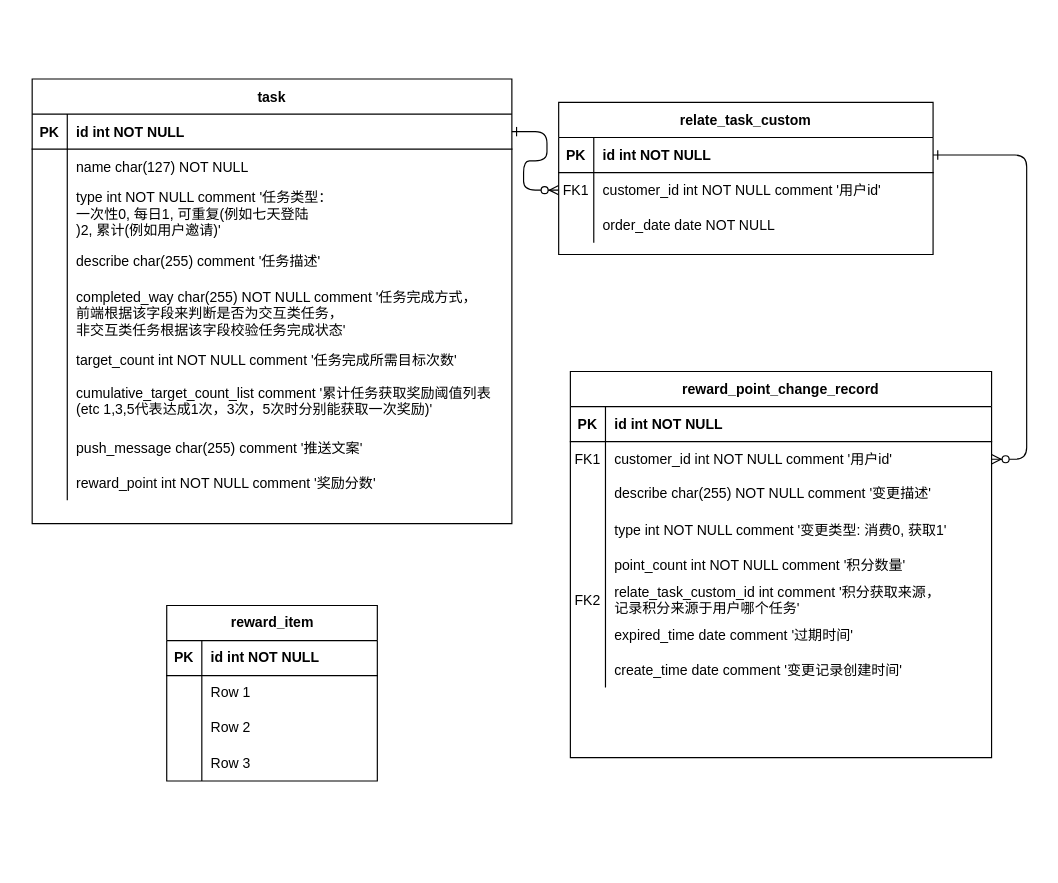
This is 未命名绘图.drawio from wangzuo2023/testCI, a draw.io file, before an edit. Source tidied: cells renumbered, new cells numbered last; positions are measured from the earlier drawing's top-left corner, leaving out a move shared by most shapes. Both pictures are drawn from the tidied source at 117%, with x=0, y=0 at pixel (32, 78).
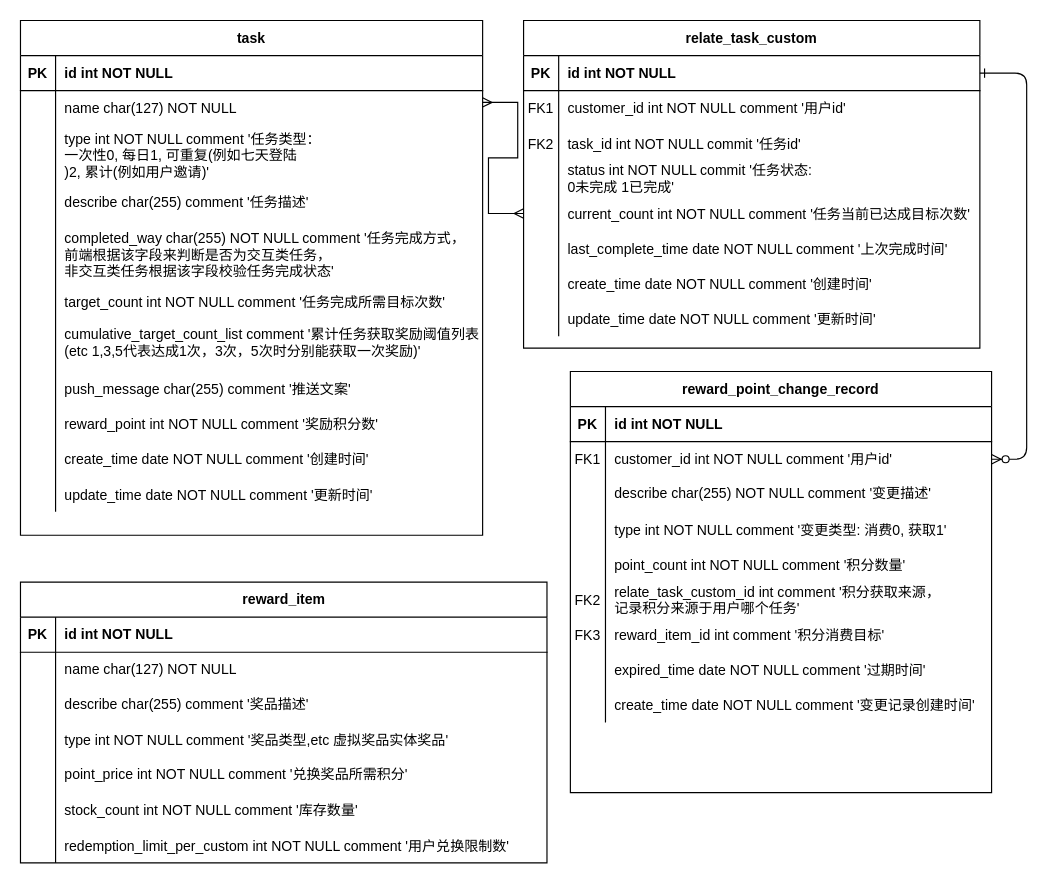
After the change.

Commit message:
积分任务系统ER图.drawio

The edit, as a diff of the source:
```diff
@@
-    <mxCell id="2" style="edgeStyle=entityRelationEdgeStyle;endArrow=ERzeroToMany;startArrow=ERone;endFill=1;startFill=0;" parent="1" edge="1" source="40" target="8">
-      <mxGeometry relative="1" as="geometry" />
-    </mxCell>
@@
     <mxCell id="4" value="relate_task_custom" style="shape=table;startSize=30;childLayout=tableLayout;rowLines=0;fontStyle=1;align=center;" parent="1" vertex="1">
-      <mxGeometry x="450" y="20" width="320" height="130" as="geometry" />
+      <mxGeometry x="420" y="-50" width="390" height="280" as="geometry" />
     </mxCell>
     <mxCell id="5" style="shape=partialRectangle;fillColor=none;points=[[0,0.5],[1,0.5]];portConstraint=eastwest;top=0;left=0;right=0;bottom=1;" parent="4" vertex="1">
-      <mxGeometry y="30" width="320" height="30" as="geometry" />
+      <mxGeometry y="30" width="390" height="30" as="geometry" />
     </mxCell>
@@
     <mxCell id="7" value="id int NOT NULL " style="shape=partialRectangle;overflow=hidden;fillColor=none;top=0;left=0;bottom=0;right=0;align=left;spacingLeft=6;fontStyle=1;" parent="5" vertex="1">
-      <mxGeometry x="30" width="290" height="30" as="geometry" />
+      <mxGeometry x="30" width="360" height="30" as="geometry" />
     </mxCell>
     <mxCell id="8" style="shape=partialRectangle;fillColor=none;points=[[0,0.5],[1,0.5]];portConstraint=eastwest;top=0;left=0;right=0;bottom=0;" parent="4" vertex="1">
-      <mxGeometry y="60" width="320" height="30" as="geometry" />
+      <mxGeometry y="60" width="390" height="30" as="geometry" />
     </mxCell>
@@
     <mxCell id="10" value="customer_id int NOT NULL comment '用户id'" style="shape=partialRectangle;overflow=hidden;fillColor=none;top=0;left=0;bottom=0;right=0;align=left;spacingLeft=6;" parent="8" vertex="1">
-      <mxGeometry x="30" width="290" height="30" as="geometry" />
+      <mxGeometry x="30" width="360" height="30" as="geometry" />
     </mxCell>
     <mxCell id="11" style="shape=partialRectangle;fillColor=none;top=0;left=0;right=0;bottom=0;" parent="4" vertex="1">
-      <mxGeometry y="90" width="320" height="30" as="geometry" />
+      <mxGeometry y="90" width="390" height="30" as="geometry" />
     </mxCell>
-    <mxCell id="12" style="shape=partialRectangle;overflow=hidden;fillColor=none;top=0;left=0;bottom=0;right=0;" parent="11" vertex="1">
+    <mxCell id="12" value="FK2" style="shape=partialRectangle;overflow=hidden;fillColor=none;top=0;left=0;bottom=0;right=0;" parent="11" vertex="1">
       <mxGeometry width="30" height="30" as="geometry" />
     </mxCell>
-    <mxCell id="13" value="order_date date NOT NULL" style="shape=partialRectangle;overflow=hidden;fillColor=none;top=0;left=0;bottom=0;right=0;align=left;spacingLeft=6;" parent="11" vertex="1">
-      <mxGeometry x="30" width="290" height="30" as="geometry" />
+    <mxCell id="13" value="task_id int NOT NULL commit '任务id'" style="shape=partialRectangle;overflow=hidden;fillColor=none;top=0;left=0;bottom=0;right=0;align=left;spacingLeft=6;" parent="11" vertex="1">
+      <mxGeometry x="30" width="360" height="30" as="geometry" />
     </mxCell>
+    <mxCell id="80" style="shape=tableRow;horizontal=0;startSize=0;swimlaneHead=0;swimlaneBody=0;fillColor=none;top=0;left=0;right=0;bottom=0;" parent="4" vertex="1">
+      <mxGeometry y="120" width="390" height="30" as="geometry" />
+    </mxCell>
+    <mxCell id="81" style="shape=partialRectangle;fillColor=none;top=0;left=0;bottom=0;right=0;overflow=hidden;" parent="80" vertex="1">
+      <mxGeometry width="30" height="30" as="geometry" />
+    </mxCell>
+    <mxCell id="82" value="status int NOT NULL commit '任务状态: &#10;0未完成 1已完成'" style="shape=partialRectangle;fillColor=none;top=0;left=0;bottom=0;right=0;align=left;spacingLeft=6;overflow=hidden;" parent="80" vertex="1">
+      <mxGeometry x="30" width="360" height="30" as="geometry" />
+    </mxCell>
+    <mxCell id="83" style="shape=tableRow;horizontal=0;startSize=0;swimlaneHead=0;swimlaneBody=0;fillColor=none;points=[[0,0.5],[1,0.5]];portConstraint=eastwest;top=0;left=0;right=0;bottom=0;" parent="4" vertex="1">
+      <mxGeometry y="150" width="390" height="30" as="geometry" />
+    </mxCell>
+    <mxCell id="84" style="shape=partialRectangle;fillColor=none;top=0;left=0;bottom=0;right=0;overflow=hidden;" parent="83" vertex="1">
+      <mxGeometry width="30" height="30" as="geometry" />
+    </mxCell>
+    <mxCell id="85" value="current_count int NOT NULL comment '任务当前已达成目标次数'" style="shape=partialRectangle;fillColor=none;top=0;left=0;bottom=0;right=0;align=left;spacingLeft=6;overflow=hidden;" parent="83" vertex="1">
+      <mxGeometry x="30" width="360" height="30" as="geometry" />
+    </mxCell>
+    <mxCell id="86" style="shape=tableRow;horizontal=0;startSize=0;swimlaneHead=0;swimlaneBody=0;fillColor=none;top=0;left=0;right=0;bottom=0;" parent="4" vertex="1">
+      <mxGeometry y="180" width="390" height="30" as="geometry" />
+    </mxCell>
+    <mxCell id="87" style="shape=partialRectangle;fillColor=none;top=0;left=0;bottom=0;right=0;overflow=hidden;" parent="86" vertex="1">
+      <mxGeometry width="30" height="30" as="geometry" />
+    </mxCell>
+    <mxCell id="88" value="last_complete_time date NOT NULL comment '上次完成时间'" style="shape=partialRectangle;fillColor=none;top=0;left=0;bottom=0;right=0;align=left;spacingLeft=6;overflow=hidden;" parent="86" vertex="1">
+      <mxGeometry x="30" width="360" height="30" as="geometry" />
+    </mxCell>
+    <mxCell id="89" style="shape=tableRow;horizontal=0;startSize=0;swimlaneHead=0;swimlaneBody=0;fillColor=none;top=0;left=0;right=0;bottom=0;" parent="4" vertex="1">
+      <mxGeometry y="210" width="390" height="30" as="geometry" />
+    </mxCell>
+    <mxCell id="90" style="shape=partialRectangle;fillColor=none;top=0;left=0;bottom=0;right=0;overflow=hidden;" parent="89" vertex="1">
+      <mxGeometry width="30" height="30" as="geometry" />
+    </mxCell>
+    <mxCell id="91" value="create_time date NOT NULL comment '创建时间'" style="shape=partialRectangle;fillColor=none;top=0;left=0;bottom=0;right=0;align=left;spacingLeft=6;overflow=hidden;" parent="89" vertex="1">
+      <mxGeometry x="30" width="360" height="30" as="geometry" />
+    </mxCell>
+    <mxCell id="92" style="shape=tableRow;horizontal=0;startSize=0;swimlaneHead=0;swimlaneBody=0;fillColor=none;top=0;left=0;right=0;bottom=0;" parent="4" vertex="1">
+      <mxGeometry y="240" width="390" height="30" as="geometry" />
+    </mxCell>
+    <mxCell id="93" style="shape=partialRectangle;fillColor=none;top=0;left=0;bottom=0;right=0;overflow=hidden;" parent="92" vertex="1">
+      <mxGeometry width="30" height="30" as="geometry" />
+    </mxCell>
+    <mxCell id="94" value="update_time date NOT NULL comment '更新时间'" style="shape=partialRectangle;fillColor=none;top=0;left=0;bottom=0;right=0;align=left;spacingLeft=6;overflow=hidden;" parent="92" vertex="1">
+      <mxGeometry x="30" width="360" height="30" as="geometry" />
+    </mxCell>
     <mxCell id="14" value="reward_point_change_record" style="shape=table;startSize=30;childLayout=tableLayout;rowLines=0;fontStyle=1;align=center;" parent="1" vertex="1">
-      <mxGeometry x="460" y="250" width="360" height="330" as="geometry" />
+      <mxGeometry x="460" y="250" width="360" height="360" as="geometry" />
     </mxCell>
@@
+    <mxCell id="95" style="shape=tableRow;horizontal=0;startSize=0;swimlaneHead=0;swimlaneBody=0;fillColor=none;top=0;left=0;right=0;bottom=0;" parent="14" vertex="1">
+      <mxGeometry y="210" width="360" height="30" as="geometry" />
+    </mxCell>
+    <mxCell id="96" value="FK3" style="shape=partialRectangle;fillColor=none;top=0;left=0;bottom=0;right=0;overflow=hidden;" parent="95" vertex="1">
+      <mxGeometry width="30" height="30" as="geometry" />
+    </mxCell>
+    <mxCell id="97" value="reward_item_id int comment '积分消费目标'" style="shape=partialRectangle;fillColor=none;top=0;left=0;bottom=0;right=0;align=left;spacingLeft=6;overflow=hidden;" parent="95" vertex="1">
+      <mxGeometry x="30" width="330" height="30" as="geometry" />
+    </mxCell>
     <mxCell id="33" style="shape=tableRow;horizontal=0;startSize=0;swimlaneHead=0;swimlaneBody=0;fillColor=none;top=0;left=0;right=0;bottom=0;" parent="14" vertex="1">
-      <mxGeometry y="210" width="360" height="30" as="geometry" />
+      <mxGeometry y="240" width="360" height="30" as="geometry" />
     </mxCell>
@@
-    <mxCell id="35" value="expired_time date comment '过期时间'" style="shape=partialRectangle;fillColor=none;top=0;left=0;bottom=0;right=0;align=left;spacingLeft=6;overflow=hidden;" parent="33" vertex="1">
+    <mxCell id="35" value="expired_time date NOT NULL comment '过期时间'" style="shape=partialRectangle;fillColor=none;top=0;left=0;bottom=0;right=0;align=left;spacingLeft=6;overflow=hidden;" parent="33" vertex="1">
       <mxGeometry x="30" width="330" height="30" as="geometry" />
     </mxCell>
     <mxCell id="36" style="shape=tableRow;horizontal=0;startSize=0;swimlaneHead=0;swimlaneBody=0;fillColor=none;top=0;left=0;right=0;bottom=0;" parent="14" vertex="1">
-      <mxGeometry y="240" width="360" height="30" as="geometry" />
+      <mxGeometry y="270" width="360" height="30" as="geometry" />
     </mxCell>
@@
-    <mxCell id="38" value="create_time date comment '变更记录创建时间'" style="shape=partialRectangle;fillColor=none;top=0;left=0;bottom=0;right=0;align=left;spacingLeft=6;overflow=hidden;" parent="36" vertex="1">
+    <mxCell id="38" value="create_time date NOT NULL comment '变更记录创建时间'" style="shape=partialRectangle;fillColor=none;top=0;left=0;bottom=0;right=0;align=left;spacingLeft=6;overflow=hidden;" parent="36" vertex="1">
       <mxGeometry x="30" width="330" height="30" as="geometry" />
     </mxCell>
     <mxCell id="39" value="task" style="shape=table;startSize=30;childLayout=tableLayout;rowLines=0;fontStyle=1;align=center;" parent="1" vertex="1">
-      <mxGeometry width="410" height="380" as="geometry" />
+      <mxGeometry x="-10" y="-50" width="395" height="440" as="geometry" />
     </mxCell>
     <mxCell id="40" style="shape=partialRectangle;fillColor=none;points=[[0,0.5],[1,0.5]];portConstraint=eastwest;top=0;left=0;right=0;bottom=1;" parent="39" vertex="1">
-      <mxGeometry y="30" width="410" height="30" as="geometry" />
+      <mxGeometry y="30" width="395" height="30" as="geometry" />
     </mxCell>
@@
     <mxCell id="42" value="id int NOT NULL " style="shape=partialRectangle;overflow=hidden;fillColor=none;top=0;left=0;bottom=0;right=0;align=left;spacingLeft=6;fontStyle=1;" parent="40" vertex="1">
-      <mxGeometry x="30" width="380" height="30" as="geometry" />
+      <mxGeometry x="30" width="365" height="30" as="geometry" />
     </mxCell>
     <mxCell id="43" style="shape=partialRectangle;fillColor=none;top=0;left=0;right=0;bottom=0;" parent="39" vertex="1">
-      <mxGeometry y="60" width="410" height="30" as="geometry" />
+      <mxGeometry y="60" width="395" height="30" as="geometry" />
     </mxCell>
@@
     <mxCell id="45" value="name char(127) NOT NULL" style="shape=partialRectangle;overflow=hidden;fillColor=none;top=0;left=0;bottom=0;right=0;align=left;spacingLeft=6;" parent="43" vertex="1">
-      <mxGeometry x="30" width="380" height="30" as="geometry" />
+      <mxGeometry x="30" width="365" height="30" as="geometry" />
     </mxCell>
     <mxCell id="46" style="shape=tableRow;horizontal=0;startSize=0;swimlaneHead=0;swimlaneBody=0;fillColor=none;top=0;left=0;right=0;bottom=0;" parent="39" vertex="1">
-      <mxGeometry y="90" width="410" height="50" as="geometry" />
+      <mxGeometry y="90" width="395" height="50" as="geometry" />
     </mxCell>
@@
     <mxCell id="48" value="type int NOT NULL comment '任务类型：&#10;一次性0, 每日1, 可重复(例如七天登陆&#10;)2, 累计(例如用户邀请)'" style="shape=partialRectangle;fillColor=none;top=0;left=0;bottom=0;right=0;align=left;spacingLeft=6;overflow=hidden;verticalAlign=middle;" parent="46" vertex="1">
-      <mxGeometry x="30" width="380" height="50" as="geometry" />
+      <mxGeometry x="30" width="365" height="50" as="geometry" />
     </mxCell>
     <mxCell id="49" style="shape=tableRow;horizontal=0;startSize=0;swimlaneHead=0;swimlaneBody=0;fillColor=none;top=0;left=0;right=0;bottom=0;" parent="39" vertex="1">
-      <mxGeometry y="140" width="410" height="30" as="geometry" />
+      <mxGeometry y="140" width="395" height="30" as="geometry" />
     </mxCell>
@@
     <mxCell id="51" value="describe char(255) comment '任务描述'" style="shape=partialRectangle;fillColor=none;top=0;left=0;bottom=0;right=0;align=left;spacingLeft=6;overflow=hidden;" parent="49" vertex="1">
-      <mxGeometry x="30" width="380" height="30" as="geometry" />
+      <mxGeometry x="30" width="365" height="30" as="geometry" />
     </mxCell>
     <mxCell id="52" style="shape=tableRow;horizontal=0;startSize=0;swimlaneHead=0;swimlaneBody=0;fillColor=none;top=0;left=0;right=0;bottom=0;" parent="39" vertex="1">
-      <mxGeometry y="170" width="410" height="60" as="geometry" />
+      <mxGeometry y="170" width="395" height="60" as="geometry" />
     </mxCell>
@@
     <mxCell id="54" value="completed_way char(255) NOT NULL comment '任务完成方式，&#10;前端根据该字段来判断是否为交互类任务，&#10;非交互类任务根据该字段校验任务完成状态'" style="shape=partialRectangle;fillColor=none;top=0;left=0;bottom=0;right=0;align=left;spacingLeft=6;overflow=hidden;" parent="52" vertex="1">
-      <mxGeometry x="30" width="380" height="60" as="geometry" />
+      <mxGeometry x="30" width="365" height="60" as="geometry" />
     </mxCell>
     <mxCell id="55" style="shape=tableRow;horizontal=0;startSize=0;swimlaneHead=0;swimlaneBody=0;fillColor=none;top=0;left=0;right=0;bottom=0;" parent="39" vertex="1">
-      <mxGeometry y="230" width="410" height="20" as="geometry" />
+      <mxGeometry y="230" width="395" height="20" as="geometry" />
     </mxCell>
@@
     <mxCell id="57" value="target_count int NOT NULL comment '任务完成所需目标次数'" style="shape=partialRectangle;fillColor=none;top=0;left=0;bottom=0;right=0;align=left;spacingLeft=6;overflow=hidden;" parent="55" vertex="1">
-      <mxGeometry x="30" width="380" height="20" as="geometry" />
+      <mxGeometry x="30" width="365" height="20" as="geometry" />
     </mxCell>
     <mxCell id="58" style="shape=tableRow;horizontal=0;startSize=0;swimlaneHead=0;swimlaneBody=0;fillColor=none;top=0;left=0;right=0;bottom=0;" parent="39" vertex="1">
-      <mxGeometry y="250" width="410" height="50" as="geometry" />
+      <mxGeometry y="250" width="395" height="50" as="geometry" />
     </mxCell>
@@
     <mxCell id="60" value="cumulative_target_count_list comment '累计任务获取奖励阈值列表&#10;(etc 1,3,5代表达成1次，3次，5次时分别能获取一次奖励)'" style="shape=partialRectangle;fillColor=none;top=0;left=0;bottom=0;right=0;align=left;spacingLeft=6;overflow=hidden;" parent="58" vertex="1">
-      <mxGeometry x="30" width="380" height="50" as="geometry" />
+      <mxGeometry x="30" width="365" height="50" as="geometry" />
     </mxCell>
     <mxCell id="61" style="shape=tableRow;horizontal=0;startSize=0;swimlaneHead=0;swimlaneBody=0;fillColor=none;top=0;left=0;right=0;bottom=0;" parent="39" vertex="1">
-      <mxGeometry y="300" width="410" height="30" as="geometry" />
+      <mxGeometry y="300" width="395" height="30" as="geometry" />
     </mxCell>
@@
     <mxCell id="63" value="push_message char(255) comment '推送文案'" style="shape=partialRectangle;fillColor=none;top=0;left=0;bottom=0;right=0;align=left;spacingLeft=6;overflow=hidden;" parent="61" vertex="1">
-      <mxGeometry x="30" width="380" height="30" as="geometry" />
+      <mxGeometry x="30" width="365" height="30" as="geometry" />
     </mxCell>
     <mxCell id="64" style="shape=tableRow;horizontal=0;startSize=0;swimlaneHead=0;swimlaneBody=0;fillColor=none;top=0;left=0;right=0;bottom=0;" parent="39" vertex="1">
-      <mxGeometry y="330" width="410" height="30" as="geometry" />
+      <mxGeometry y="330" width="395" height="30" as="geometry" />
     </mxCell>
@@
-    <mxCell id="66" value="reward_point int NOT NULL comment '奖励分数'" style="shape=partialRectangle;fillColor=none;top=0;left=0;bottom=0;right=0;align=left;spacingLeft=6;overflow=hidden;" parent="64" vertex="1">
-      <mxGeometry x="30" width="380" height="30" as="geometry" />
+    <mxCell id="66" value="reward_point int NOT NULL comment '奖励积分数'" style="shape=partialRectangle;fillColor=none;top=0;left=0;bottom=0;right=0;align=left;spacingLeft=6;overflow=hidden;" parent="64" vertex="1">
+      <mxGeometry x="30" width="365" height="30" as="geometry" />
     </mxCell>
+    <mxCell id="98" style="shape=tableRow;horizontal=0;startSize=0;swimlaneHead=0;swimlaneBody=0;fillColor=none;top=0;left=0;right=0;bottom=0;" parent="39" vertex="1">
+      <mxGeometry y="360" width="395" height="30" as="geometry" />
+    </mxCell>
+    <mxCell id="99" style="shape=partialRectangle;fillColor=none;top=0;left=0;bottom=0;right=0;overflow=hidden;" parent="98" vertex="1">
+      <mxGeometry width="30" height="30" as="geometry" />
+    </mxCell>
+    <mxCell id="100" value="create_time date NOT NULL comment '创建时间'" style="shape=partialRectangle;fillColor=none;top=0;left=0;bottom=0;right=0;align=left;spacingLeft=6;overflow=hidden;" parent="98" vertex="1">
+      <mxGeometry x="30" width="365" height="30" as="geometry" />
+    </mxCell>
+    <mxCell id="101" style="shape=tableRow;horizontal=0;startSize=0;swimlaneHead=0;swimlaneBody=0;fillColor=none;top=0;left=0;right=0;bottom=0;" parent="39" vertex="1">
+      <mxGeometry y="390" width="395" height="30" as="geometry" />
+    </mxCell>
+    <mxCell id="102" style="shape=partialRectangle;fillColor=none;top=0;left=0;bottom=0;right=0;overflow=hidden;" parent="101" vertex="1">
+      <mxGeometry width="30" height="30" as="geometry" />
+    </mxCell>
+    <mxCell id="103" value="update_time date NOT NULL comment '更新时间'" style="shape=partialRectangle;fillColor=none;top=0;left=0;bottom=0;right=0;align=left;spacingLeft=6;overflow=hidden;" parent="101" vertex="1">
+      <mxGeometry x="30" width="365" height="30" as="geometry" />
+    </mxCell>
     <mxCell id="67" value="reward_item" style="shape=table;startSize=30;childLayout=tableLayout;rowLines=0;fontStyle=1;align=center;html=1;strokeColor=default;" parent="1" vertex="1">
-      <mxGeometry x="115" y="450" width="180" height="150" as="geometry" />
+      <mxGeometry x="-10" y="430" width="450" height="240" as="geometry" />
     </mxCell>
     <mxCell id="68" style="shape=tableRow;horizontal=0;startSize=0;swimlaneHead=0;swimlaneBody=0;fillColor=none;top=0;left=0;right=0;bottom=1;" parent="67" vertex="1">
-      <mxGeometry y="30" width="180" height="30" as="geometry" />
+      <mxGeometry y="30" width="450" height="30" as="geometry" />
     </mxCell>
@@
     <mxCell id="70" value="id int NOT NULL" style="shape=partialRectangle;fillColor=none;top=0;left=0;bottom=0;right=0;align=left;spacingLeft=6;fontStyle=1;overflow=hidden;whiteSpace=wrap;html=1;" parent="68" vertex="1">
-      <mxGeometry x="30" width="150" height="30" as="geometry" />
+      <mxGeometry x="30" width="420" height="30" as="geometry" />
     </mxCell>
     <mxCell id="71" style="shape=tableRow;horizontal=0;startSize=0;swimlaneHead=0;swimlaneBody=0;fillColor=none;top=0;left=0;right=0;bottom=0;" parent="67" vertex="1">
-      <mxGeometry y="60" width="180" height="30" as="geometry" />
+      <mxGeometry y="60" width="450" height="30" as="geometry" />
     </mxCell>
@@
-    <mxCell id="73" value="Row 1" style="shape=partialRectangle;fillColor=none;top=0;left=0;bottom=0;right=0;align=left;spacingLeft=6;overflow=hidden;whiteSpace=wrap;html=1;" parent="71" vertex="1">
-      <mxGeometry x="30" width="150" height="30" as="geometry" />
+    <mxCell id="73" value="name char(127) NOT NULL" style="shape=partialRectangle;fillColor=none;top=0;left=0;bottom=0;right=0;align=left;spacingLeft=6;overflow=hidden;whiteSpace=wrap;html=1;" parent="71" vertex="1">
+      <mxGeometry x="30" width="420" height="30" as="geometry" />
     </mxCell>
     <mxCell id="74" style="shape=tableRow;horizontal=0;startSize=0;swimlaneHead=0;swimlaneBody=0;fillColor=none;top=0;left=0;right=0;bottom=0;" parent="67" vertex="1">
-      <mxGeometry y="90" width="180" height="30" as="geometry" />
+      <mxGeometry y="90" width="450" height="30" as="geometry" />
     </mxCell>
@@
-    <mxCell id="76" value="Row 2" style="shape=partialRectangle;fillColor=none;top=0;left=0;bottom=0;right=0;align=left;spacingLeft=6;overflow=hidden;whiteSpace=wrap;html=1;" parent="74" vertex="1">
-      <mxGeometry x="30" width="150" height="30" as="geometry" />
+    <mxCell id="76" value="describe char(255) comment '奖品描述'" style="shape=partialRectangle;fillColor=none;top=0;left=0;bottom=0;right=0;align=left;spacingLeft=6;overflow=hidden;whiteSpace=wrap;html=1;" parent="74" vertex="1">
+      <mxGeometry x="30" width="420" height="30" as="geometry" />
     </mxCell>
+    <mxCell id="104" style="shape=tableRow;horizontal=0;startSize=0;swimlaneHead=0;swimlaneBody=0;fillColor=none;top=0;left=0;right=0;bottom=0;" parent="67" vertex="1">
+      <mxGeometry y="120" width="450" height="30" as="geometry" />
+    </mxCell>
+    <mxCell id="105" style="shape=partialRectangle;fillColor=none;top=0;left=0;bottom=0;right=0;overflow=hidden;" parent="104" vertex="1">
+      <mxGeometry width="30" height="30" as="geometry" />
+    </mxCell>
+    <mxCell id="106" value="type int NOT NULL comment '奖品类型,etc 虚拟奖品实体奖品'" style="shape=partialRectangle;fillColor=none;top=0;left=0;bottom=0;right=0;align=left;spacingLeft=6;overflow=hidden;" parent="104" vertex="1">
+      <mxGeometry x="30" width="420" height="30" as="geometry" />
+    </mxCell>
     <mxCell id="77" style="shape=tableRow;horizontal=0;startSize=0;swimlaneHead=0;swimlaneBody=0;fillColor=none;top=0;left=0;right=0;bottom=0;" parent="67" vertex="1">
-      <mxGeometry y="120" width="180" height="30" as="geometry" />
+      <mxGeometry y="150" width="450" height="30" as="geometry" />
     </mxCell>
@@
-    <mxCell id="79" value="Row 3" style="shape=partialRectangle;fillColor=none;top=0;left=0;bottom=0;right=0;align=left;spacingLeft=6;overflow=hidden;whiteSpace=wrap;html=1;" parent="77" vertex="1">
-      <mxGeometry x="30" width="150" height="30" as="geometry" />
+    <mxCell id="79" value="point_price int NOT NULL comment '兑换奖品所需积分'" style="shape=partialRectangle;fillColor=none;top=0;left=0;bottom=0;right=0;align=left;spacingLeft=6;overflow=hidden;whiteSpace=wrap;html=1;" parent="77" vertex="1">
+      <mxGeometry x="30" width="420" height="30" as="geometry" />
     </mxCell>
+    <mxCell id="107" style="shape=tableRow;horizontal=0;startSize=0;swimlaneHead=0;swimlaneBody=0;fillColor=none;top=0;left=0;right=0;bottom=0;" parent="67" vertex="1">
+      <mxGeometry y="180" width="450" height="30" as="geometry" />
+    </mxCell>
+    <mxCell id="108" style="shape=partialRectangle;fillColor=none;top=0;left=0;bottom=0;right=0;overflow=hidden;" parent="107" vertex="1">
+      <mxGeometry width="30" height="30" as="geometry" />
+    </mxCell>
+    <mxCell id="109" value="stock_count int NOT NULL comment '库存数量'" style="shape=partialRectangle;fillColor=none;top=0;left=0;bottom=0;right=0;align=left;spacingLeft=6;overflow=hidden;" parent="107" vertex="1">
+      <mxGeometry x="30" width="420" height="30" as="geometry" />
+    </mxCell>
+    <mxCell id="110" style="shape=tableRow;horizontal=0;startSize=0;swimlaneHead=0;swimlaneBody=0;fillColor=none;top=0;left=0;right=0;bottom=0;" parent="67" vertex="1">
+      <mxGeometry y="210" width="450" height="30" as="geometry" />
+    </mxCell>
+    <mxCell id="111" style="shape=partialRectangle;fillColor=none;top=0;left=0;bottom=0;right=0;overflow=hidden;" parent="110" vertex="1">
+      <mxGeometry width="30" height="30" as="geometry" />
+    </mxCell>
+    <mxCell id="112" value="redemption_limit_per_custom int NOT NULL comment '用户兑换限制数'" style="shape=partialRectangle;fillColor=none;top=0;left=0;bottom=0;right=0;align=left;spacingLeft=6;overflow=hidden;" parent="110" vertex="1">
+      <mxGeometry x="30" width="420" height="30" as="geometry" />
+    </mxCell>
+    <mxCell id="113" style="edgeStyle=entityRelationEdgeStyle;fontSize=12;html=1;endArrow=ERmany;startArrow=ERmany;rounded=0;entryX=0;entryY=0.5;entryDx=0;entryDy=0;" parent="1" edge="1" target="83">
+      <mxGeometry relative="1" as="geometry">
+        <mxPoint x="385" y="20" as="sourcePoint" />
+      </mxGeometry>
+    </mxCell>
```
